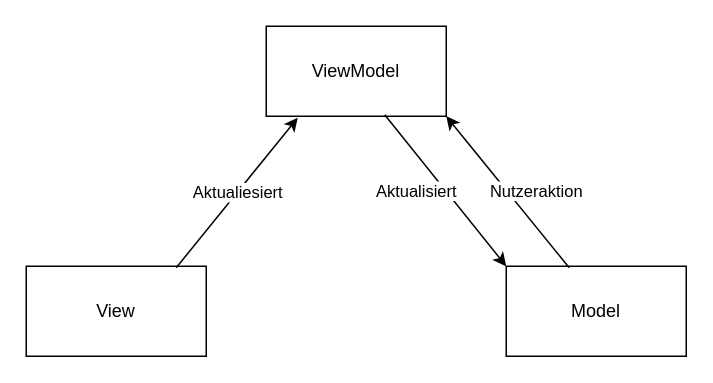
Above: mvvm.drawio in schattenbrot/draw-io (draw.io), before the change. Source tidied: cells renumbered, new cells numbered last; positions are measured from the earlier drawing's top-left corner, leaving out a move shared by most shapes. Both pictures are drawn from the tidied source at 150%, with x=0, y=0 at pixel (26, 26).
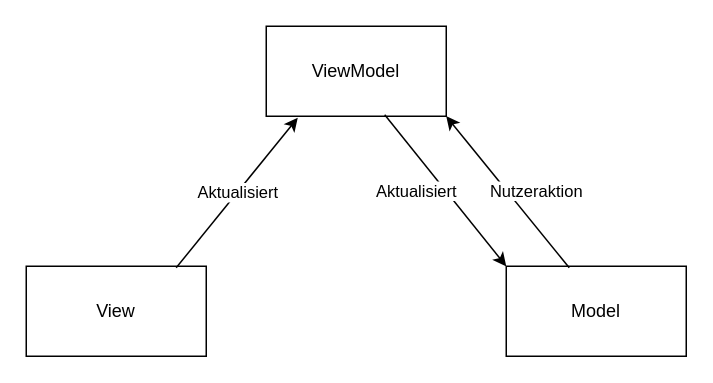
The same page after the edit.

Change to the diagram source:
```diff
@@
 <mxGraphModel>
   <root>
     <mxCell id="0" />
     <mxCell id="1" parent="0" />
     <mxCell id="2" value="Model" style="rounded=0;whiteSpace=wrap;html=1;" parent="1" vertex="1">
       <mxGeometry x="320" y="160" width="120" height="60" as="geometry" />
     </mxCell>
     <mxCell id="3" value="View" style="rounded=0;whiteSpace=wrap;html=1;" parent="1" vertex="1">
       <mxGeometry y="160" width="120" height="60" as="geometry" />
     </mxCell>
     <mxCell id="4" value="&lt;div&gt;ViewModel&lt;/div&gt;" style="rounded=0;whiteSpace=wrap;html=1;" parent="1" vertex="1">
       <mxGeometry x="160" width="120" height="60" as="geometry" />
     </mxCell>
-    <mxCell id="5" value="&lt;div&gt;Aktualiesiert&lt;/div&gt;" style="endArrow=classic;html=1;rounded=0;entryX=0.175;entryY=1.017;entryDx=0;entryDy=0;entryPerimeter=0;exitX=0.833;exitY=0.017;exitDx=0;exitDy=0;exitPerimeter=0;" parent="1" edge="1" source="3" target="4">
+    <mxCell id="5" value="&lt;div&gt;Aktualisiert&lt;/div&gt;" style="endArrow=classic;html=1;rounded=0;entryX=0.175;entryY=1.017;entryDx=0;entryDy=0;entryPerimeter=0;exitX=0.833;exitY=0.017;exitDx=0;exitDy=0;exitPerimeter=0;" parent="1" edge="1" source="3" target="4">
       <mxGeometry x="0.01" relative="1" as="geometry" />
     </mxCell>
     <mxCell id="6" value="&lt;div&gt;Aktualisiert&lt;/div&gt;" style="endArrow=classic;html=1;rounded=0;entryX=0;entryY=0;entryDx=0;entryDy=0;exitX=0.658;exitY=0.983;exitDx=0;exitDy=0;exitPerimeter=0;" parent="1" edge="1" source="4" target="2">
       <mxGeometry x="-0.18" y="-16" relative="1" as="geometry" />
     </mxCell>
     <mxCell id="7" value="&lt;div&gt;Nutzeraktion&lt;/div&gt;" style="endArrow=classic;html=1;rounded=0;entryX=1;entryY=1;entryDx=0;entryDy=0;exitX=0.35;exitY=0.017;exitDx=0;exitDy=0;exitPerimeter=0;" parent="1" edge="1" source="2" target="4">
       <mxGeometry x="-0.18" y="-15" relative="1" as="geometry" />
     </mxCell>
   </root>
 </mxGraphModel>
```
